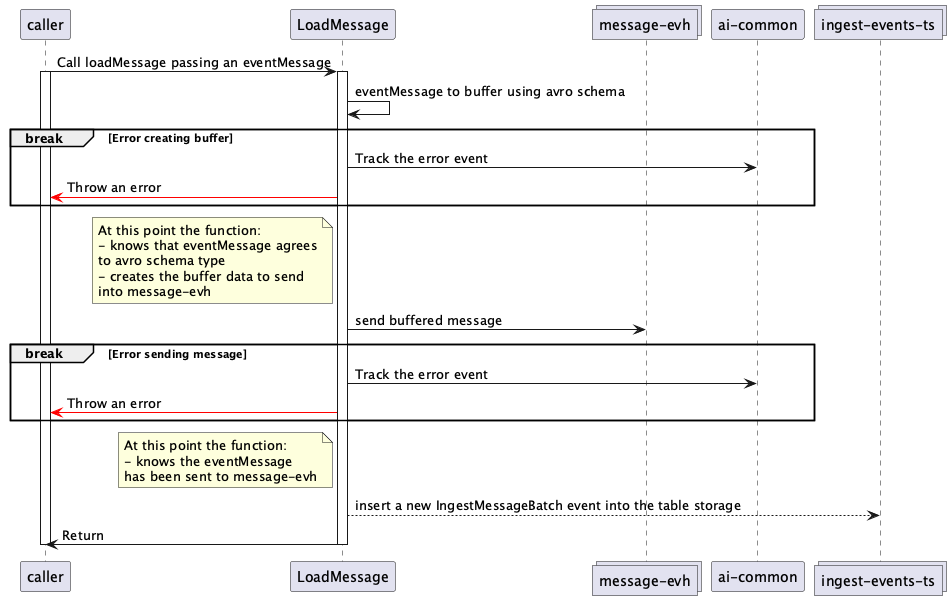
The PlantUML diagram docs/load-message/load-message.png in pagopa/io-messages, before a commit.
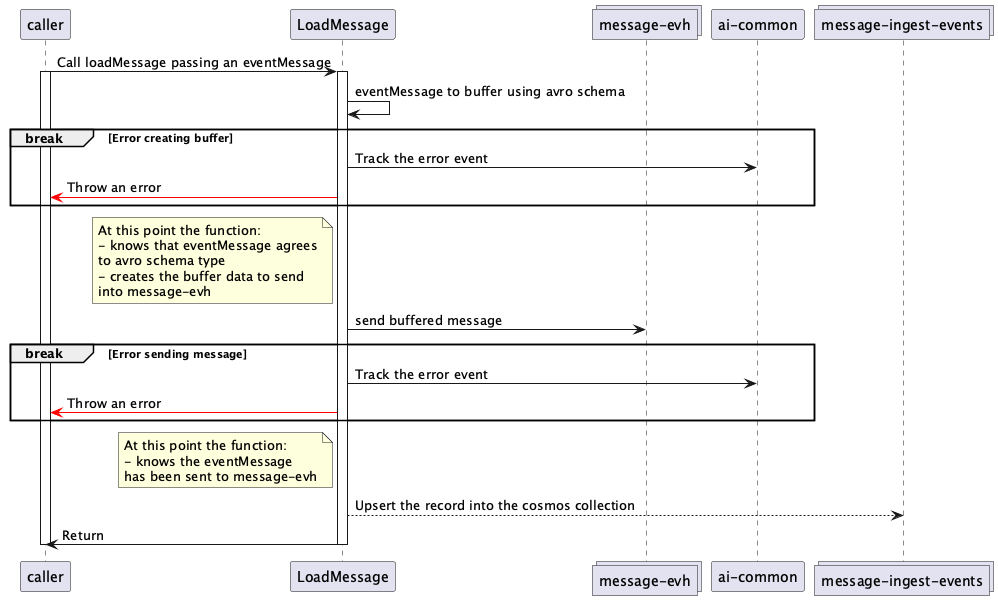
The same file after the commit.

Commit message:
docs: update load message diagram

The edit, as a diff of the source:
```diff
@@ -4,7 +4,7 @@
 participant LoadMessage as lm
 collections "message-evh" as evh
 participant "ai-common" as ai
-collections "ingest-events-ts" as ime
+collections "message-ingest-events" as mie
 
 caller -> lm : Call loadMessage passing an eventMessage
 activate caller
@@ -36,7 +36,7 @@
   has been sent to message-evh
 end note
 
-lm --> ime : insert a new IngestMessageBatch event into the table storage
+lm --> mie : Upsert the record into the cosmos collection
 
 lm -> caller : Return
 deactivate lm
```
